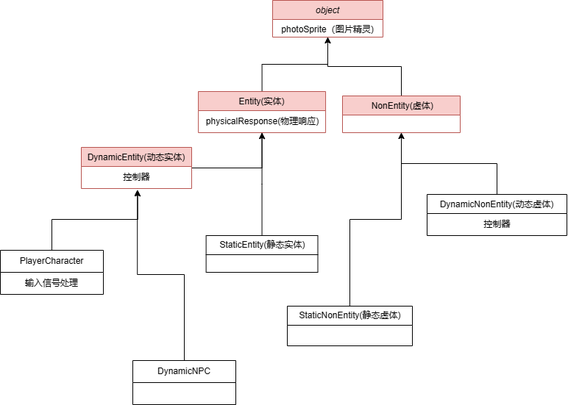
AliceAuto/-Funcode- keeps this draw.io diagram as 游戏框架/类图_影之界.drawio.png. Above is the earlier version. Source tidied: cells renumbered, new cells last; positions are measured from the earlier drawing's top-left corner, leaving out a move shared by most shapes.
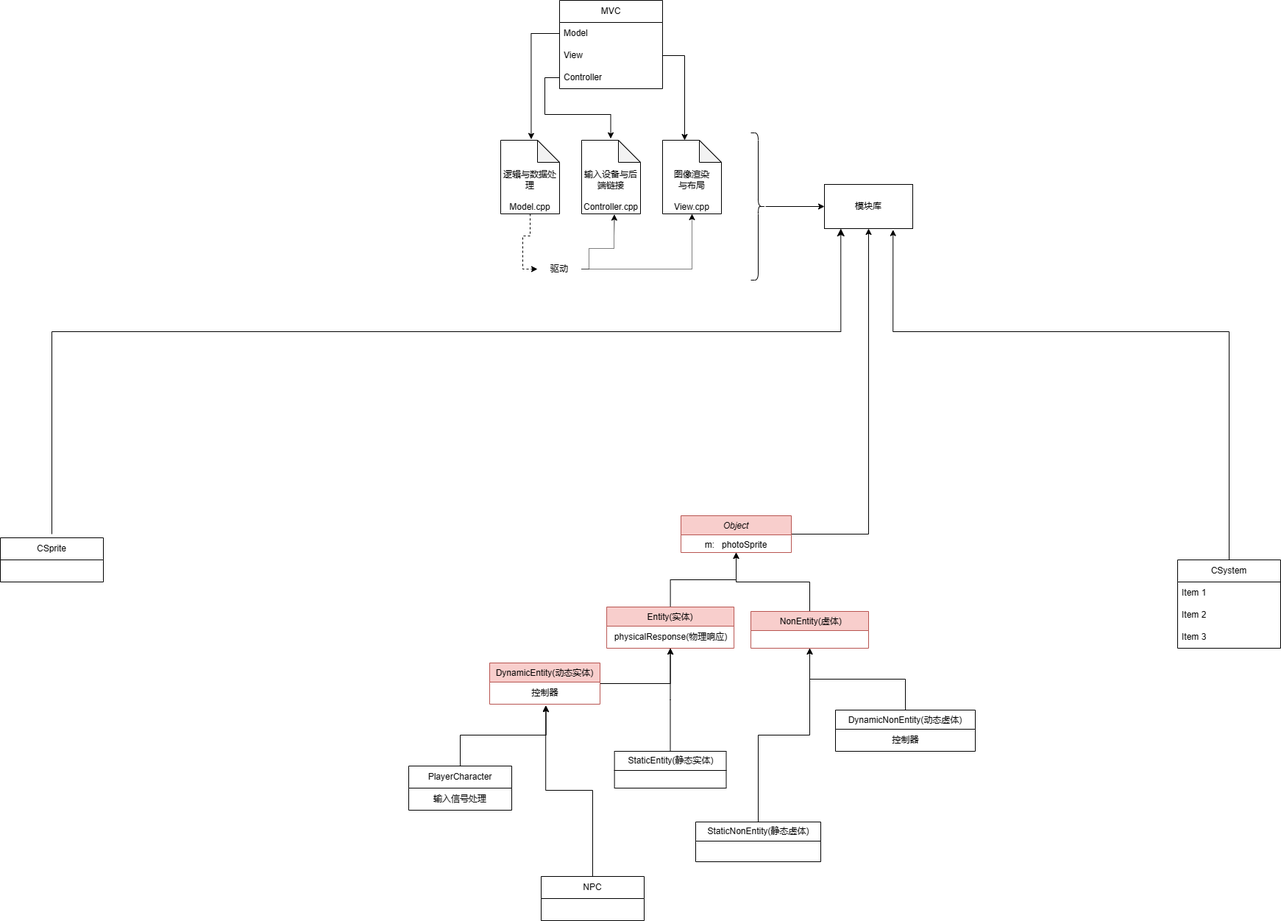
The same diagram one commit later.

Commit message:
更新类图_影之界.drawio.png

Diff of the diagram source:
```diff
@@ -2,10 +2,13 @@
   <root>
     <mxCell id="0" />
     <mxCell id="1" parent="0" />
+    <mxCell id="24" style="edgeStyle=orthogonalEdgeStyle;rounded=0;jettySize=auto;html=1;entryX=0.5;entryY=1;entryDx=0;entryDy=0;" parent="1" edge="1" source="2" target="41">
+      <mxGeometry relative="1" as="geometry" />
+    </mxCell>
-    <mxCell id="2" value="object" style="swimlane;fontStyle=2;align=center;verticalAlign=top;horizontal=1;startSize=26;rounded=0;shadow=0;strokeWidth=1;fillColor=#f8cecc;strokeColor=#b85450;" parent="1" vertex="1">
+    <mxCell id="2" value="Object" style="swimlane;fontStyle=2;align=center;verticalAlign=top;horizontal=1;startSize=26;rounded=0;shadow=0;strokeWidth=1;fillColor=#f8cecc;strokeColor=#b85450;" parent="1" vertex="1">
       <mxGeometry x="370" width="150" height="50" as="geometry" />
     </mxCell>
-    <mxCell id="3" value="photoSprite（图片精灵)" style="text;align=center;verticalAlign=top;spacingLeft=4;spacingRight=4;overflow=hidden;" parent="2" vertex="1">
+    <mxCell id="3" value="m:   photoSprite" style="text;align=center;verticalAlign=top;spacingLeft=4;spacingRight=4;overflow=hidden;" parent="2" vertex="1">
       <mxGeometry y="26" width="150" height="24" as="geometry" />
     </mxCell>
     <mxCell id="4" style="edgeStyle=orthogonalEdgeStyle;rounded=0;jettySize=auto;html=1;entryX=0.5;entryY=1;entryDx=0;entryDy=0;" parent="1" edge="1" source="5" target="2">
@@ -53,7 +56,7 @@
     <mxCell id="18" value="控制器" style="text;html=1;align=center;verticalAlign=middle;strokeColor=none;fillColor=none;" parent="17" vertex="1">
       <mxGeometry y="26" width="190" height="30" as="geometry" />
     </mxCell>
-    <mxCell id="19" value="DynamicNPC" style="swimlane;fontStyle=0;horizontal=1;startSize=30;whiteSpace=wrap;html=1;" parent="1" vertex="1">
+    <mxCell id="19" value="NPC" style="swimlane;fontStyle=0;horizontal=1;startSize=30;whiteSpace=wrap;html=1;" parent="1" vertex="1">
       <mxGeometry x="180" y="490" width="140" height="60" as="geometry" />
     </mxCell>
     <mxCell id="20" value="PlayerCharacter" style="swimlane;fontStyle=0;horizontal=1;startSize=30;whiteSpace=wrap;html=1;" parent="1" vertex="1">
@@ -68,5 +71,96 @@
     <mxCell id="23" style="edgeStyle=orthogonalEdgeStyle;rounded=0;jettySize=auto;html=1;entryX=0.511;entryY=1.074;entryDx=0;entryDy=0;entryPerimeter=0;" parent="1" edge="1" source="20" target="11">
       <mxGeometry relative="1" as="geometry" />
     </mxCell>
+    <mxCell id="25" value="MVC" style="swimlane;fontStyle=0;horizontal=1;startSize=30;whiteSpace=wrap;html=1;direction=east;" parent="1" vertex="1">
+      <mxGeometry x="205" y="-700" width="140" height="120" as="geometry" />
+    </mxCell>
+    <mxCell id="26" value="Model" style="text;strokeColor=none;fillColor=none;align=left;verticalAlign=middle;spacingLeft=4;spacingRight=4;overflow=hidden;points=[[0,0.5],[1,0.5]];portConstraint=eastwest;whiteSpace=wrap;html=1;" parent="25" vertex="1">
+      <mxGeometry y="30" width="140" height="30" as="geometry" />
+    </mxCell>
+    <mxCell id="27" value="View" style="text;strokeColor=none;fillColor=none;align=left;verticalAlign=middle;spacingLeft=4;spacingRight=4;overflow=hidden;points=[[0,0.5],[1,0.5]];portConstraint=eastwest;whiteSpace=wrap;html=1;" parent="25" vertex="1">
+      <mxGeometry y="60" width="140" height="30" as="geometry" />
+    </mxCell>
+    <mxCell id="28" value="Controller" style="text;strokeColor=none;fillColor=none;align=left;verticalAlign=middle;spacingLeft=4;spacingRight=4;overflow=hidden;points=[[0,0.5],[1,0.5]];portConstraint=eastwest;whiteSpace=wrap;html=1;" parent="25" vertex="1">
+      <mxGeometry y="90" width="140" height="30" as="geometry" />
+    </mxCell>
+    <mxCell id="29" value="输入设备与后端链接&lt;div&gt;&lt;br&gt;&lt;div&gt;Controller.cpp&lt;/div&gt;&lt;/div&gt;" style="shape=note;whiteSpace=wrap;html=1;backgroundOutline=1;darkOpacity=0.05;verticalAlign=bottom;" parent="1" vertex="1">
+      <mxGeometry x="235" y="-510" width="80" height="100" as="geometry" />
+    </mxCell>
+    <mxCell id="30" style="edgeStyle=orthogonalEdgeStyle;rounded=0;jettySize=auto;html=1;entryX=0.494;entryY=-0.022;entryDx=0;entryDy=0;entryPerimeter=0;" parent="1" edge="1" source="28" target="29">
+      <mxGeometry relative="1" as="geometry" />
+    </mxCell>
+    <mxCell id="31" style="edgeStyle=orthogonalEdgeStyle;rounded=0;jettySize=auto;html=1;entryX=0;entryY=0.5;entryDx=0;entryDy=0;exitX=0.5;exitY=1;exitDx=0;exitDy=0;exitPerimeter=0;dashed=1;" parent="1" edge="1" source="32" target="38">
+      <mxGeometry relative="1" as="geometry" />
+    </mxCell>
+    <mxCell id="32" value="逻辑与数据处理&lt;div&gt;&lt;br&gt;&lt;div&gt;Model.cpp&lt;/div&gt;&lt;/div&gt;" style="shape=note;whiteSpace=wrap;html=1;backgroundOutline=1;darkOpacity=0.05;verticalAlign=bottom;" parent="1" vertex="1">
+      <mxGeometry x="125" y="-510" width="80" height="100" as="geometry" />
+    </mxCell>
+    <mxCell id="33" value="图像渲染&lt;div&gt;与布局&lt;/div&gt;&lt;div&gt;&lt;br&gt;&lt;/div&gt;&lt;div&gt;View.cpp&lt;/div&gt;" style="shape=note;whiteSpace=wrap;html=1;backgroundOutline=1;darkOpacity=0.05;verticalAlign=bottom;" parent="1" vertex="1">
+      <mxGeometry x="345" y="-510" width="80" height="100" as="geometry" />
+    </mxCell>
+    <mxCell id="34" style="edgeStyle=orthogonalEdgeStyle;rounded=0;jettySize=auto;html=1;entryX=0.518;entryY=-0.013;entryDx=0;entryDy=0;entryPerimeter=0;" parent="1" edge="1" source="26" target="32">
+      <mxGeometry relative="1" as="geometry" />
+    </mxCell>
+    <mxCell id="35" style="edgeStyle=orthogonalEdgeStyle;rounded=0;jettySize=auto;html=1;entryX=0.375;entryY=0;entryDx=0;entryDy=0;entryPerimeter=0;" parent="1" edge="1" source="27" target="33">
+      <mxGeometry relative="1" as="geometry" />
+    </mxCell>
+    <mxCell id="36" style="edgeStyle=orthogonalEdgeStyle;rounded=0;jettySize=auto;html=1;entryX=0.556;entryY=1.006;entryDx=0;entryDy=0;entryPerimeter=0;exitX=1;exitY=0.5;exitDx=0;exitDy=0;dashed=1;dashPattern=1 1;" parent="1" edge="1" source="38" target="29">
+      <mxGeometry relative="1" as="geometry">
+        <Array as="points">
+          <mxPoint x="245" y="-335" />
+          <mxPoint x="245" y="-363" />
+          <mxPoint x="279" y="-363" />
+          <mxPoint x="279" y="-380" />
+          <mxPoint x="280" y="-380" />
+        </Array>
+      </mxGeometry>
+    </mxCell>
+    <mxCell id="37" style="edgeStyle=orthogonalEdgeStyle;rounded=0;jettySize=auto;html=1;entryX=0.5;entryY=1;entryDx=0;entryDy=0;entryPerimeter=0;dashed=1;dashPattern=1 1;" parent="1" edge="1" source="38" target="33">
+      <mxGeometry relative="1" as="geometry" />
+    </mxCell>
+    <mxCell id="38" value="驱动" style="text;html=1;align=center;verticalAlign=middle;whiteSpace=wrap;rounded=0;" parent="1" vertex="1">
+      <mxGeometry x="175" y="-350" width="60" height="30" as="geometry" />
+    </mxCell>
+    <mxCell id="39" style="edgeStyle=orthogonalEdgeStyle;rounded=0;jettySize=auto;html=1;entryX=0;entryY=0.5;entryDx=0;entryDy=0;" parent="1" edge="1" source="40" target="41">
+      <mxGeometry relative="1" as="geometry" />
+    </mxCell>
+    <mxCell id="40" style="shape=curlyBracket;whiteSpace=wrap;html=1;rounded=1;flipH=1;labelPosition=right;verticalLabelPosition=middle;align=left;verticalAlign=middle;" parent="1" vertex="1">
+      <mxGeometry x="465" y="-520" width="20" height="200" as="geometry" />
+    </mxCell>
+    <mxCell id="41" value="模块库" style="rounded=0;whiteSpace=wrap;html=1;" parent="1" vertex="1">
+      <mxGeometry x="565" y="-450" width="120" height="60" as="geometry" />
+    </mxCell>
+    <mxCell id="42" value="CSprite" style="swimlane;fontStyle=0;horizontal=1;startSize=30;whiteSpace=wrap;html=1;perimeterSpacing=5;" parent="1" vertex="1">
+      <mxGeometry x="-555" y="30" width="140" height="60" as="geometry" />
+    </mxCell>
+    <mxCell id="43" style="edgeStyle=orthogonalEdgeStyle;rounded=0;jettySize=auto;html=1;entryX=0.433;entryY=1.016;entryDx=0;entryDy=0;entryPerimeter=0;strokeWidth=1;jumpSize=3;startSize=2;endSize=8;exitX=0.5;exitY=0;exitDx=0;exitDy=0;" parent="1" edge="1" source="42">
+      <mxGeometry relative="1" as="geometry">
+        <mxPoint x="587.3" y="-390" as="targetPoint" />
+        <Array as="points">
+          <mxPoint x="-485" y="-250" />
+          <mxPoint x="587" y="-250" />
+        </Array>
+      </mxGeometry>
+    </mxCell>
+    <mxCell id="44" value="CSystem" style="swimlane;fontStyle=0;horizontal=1;startSize=30;whiteSpace=wrap;html=1;" parent="1" vertex="1">
+      <mxGeometry x="1045" y="60" width="140" height="120" as="geometry" />
+    </mxCell>
+    <mxCell id="45" value="Item 1" style="text;strokeColor=none;fillColor=none;align=left;verticalAlign=middle;spacingLeft=4;spacingRight=4;overflow=hidden;whiteSpace=wrap;html=1;" parent="44" vertex="1">
+      <mxGeometry y="30" width="140" height="30" as="geometry" />
+    </mxCell>
+    <mxCell id="46" value="Item 2" style="text;strokeColor=none;fillColor=none;align=left;verticalAlign=middle;spacingLeft=4;spacingRight=4;overflow=hidden;whiteSpace=wrap;html=1;" parent="44" vertex="1">
+      <mxGeometry y="60" width="140" height="30" as="geometry" />
+    </mxCell>
+    <mxCell id="47" value="Item 3" style="text;strokeColor=none;fillColor=none;align=left;verticalAlign=middle;spacingLeft=4;spacingRight=4;overflow=hidden;whiteSpace=wrap;html=1;" parent="44" vertex="1">
+      <mxGeometry y="90" width="140" height="30" as="geometry" />
+    </mxCell>
+    <mxCell id="48" style="edgeStyle=orthogonalEdgeStyle;rounded=0;jettySize=auto;html=1;entryX=0.777;entryY=1.027;entryDx=0;entryDy=0;entryPerimeter=0;exitX=0.5;exitY=0;exitDx=0;exitDy=0;" parent="1" edge="1" source="44" target="41">
+      <mxGeometry relative="1" as="geometry">
+        <Array as="points">
+          <mxPoint x="1115" y="-250" />
+          <mxPoint x="658" y="-250" />
+        </Array>
+      </mxGeometry>
+    </mxCell>
   </root>
 </mxGraphModel>
```
